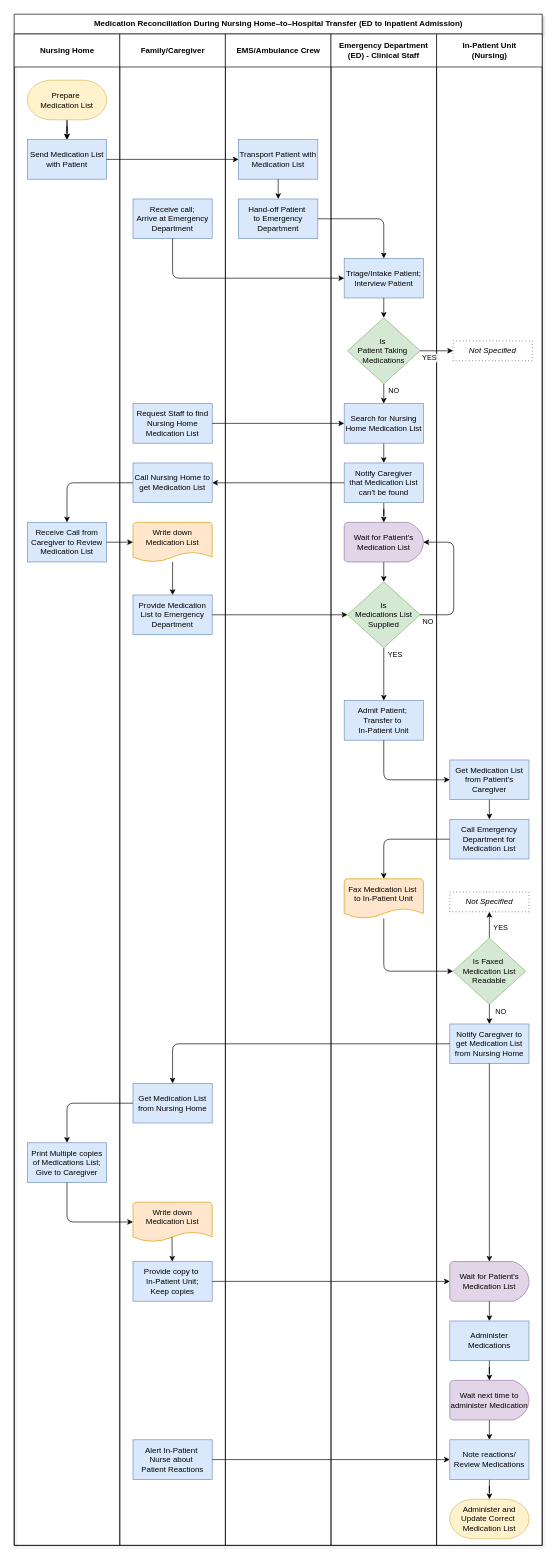
melmirasol/Case-Problem-6.2 keeps this draw.io diagram as Process Chart.drawio. Above is the earlier version. Source tidied: cells renumbered, new cells numbered last; positions are measured from the earlier drawing's top-left corner, leaving out a move shared by most shapes. Both pictures are drawn from the tidied source at 66%, with x=0, y=0 at pixel (14, 14).
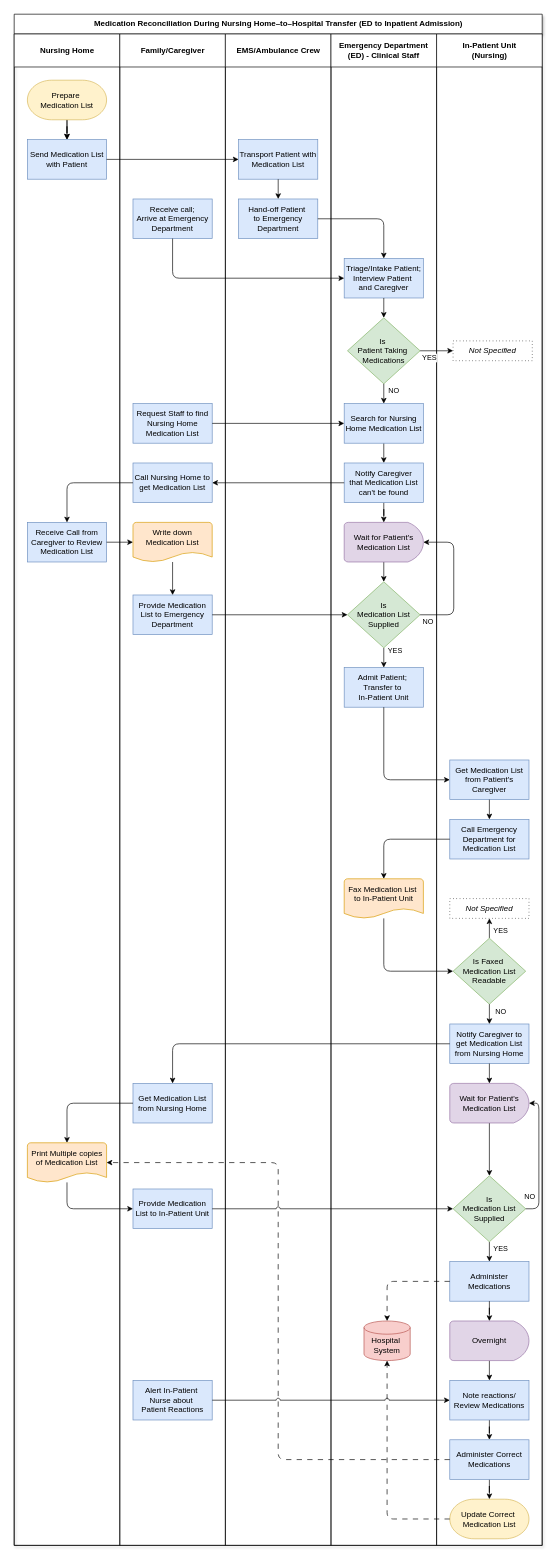
The same diagram, later.

Unchanged cells that the change refers to:
```xml
<mxCell id="2" value="Medication Reconciliation During Nursing Home–to–Hospital Transfer (ED to Inpatient Admission)" style="swimlane;startSize=30;html=1;shadow=1;" parent="1" vertex="1">
  <mxGeometry width="800" height="2320" as="geometry" />
</mxCell>
<mxCell id="3" value="Nursing Home" style="swimlane;startSize=50;html=1;" parent="2" vertex="1">
  <mxGeometry y="30" width="160" height="2290" as="geometry" />
</mxCell>
<mxCell id="10" value="Family/Caregiver" style="swimlane;startSize=50;html=1;" parent="2" vertex="1">
  <mxGeometry x="160" y="30" width="160" height="2290" as="geometry" />
</mxCell>
<mxCell id="15" value="Get Medication List from Nursing Home" style="rounded=0;whiteSpace=wrap;html=1;fillColor=#dae8fc;strokeColor=#6c8ebf;" parent="10" vertex="1">
  <mxGeometry x="20" y="1590" width="120" height="60" as="geometry" />
</mxCell>
<mxCell id="26" value="Emergency Department (ED) -&amp;nbsp;&lt;span style=&quot;background-color: transparent; color: light-dark(rgb(0, 0, 0), rgb(255, 255, 255));&quot;&gt;Clinical&amp;nbsp;Staff&lt;/span&gt;" style="swimlane;startSize=50;html=1;whiteSpace=wrap;" parent="2" vertex="1">
  <mxGeometry x="480" y="30" width="160" height="2290" as="geometry" />
</mxCell>
<mxCell id="39" style="edgeStyle=orthogonalEdgeStyle;rounded=0;jettySize=auto;html=1;exitX=0.5;exitY=1;exitDx=0;exitDy=0;entryX=0.5;entryY=0;entryDx=0;entryDy=0;" parent="26" edge="1" source="41" target="33">
  <mxGeometry relative="1" as="geometry" />
</mxCell>
<mxCell id="44" value="In-Patient Unit&lt;div&gt;(Nursing)&lt;/div&gt;" style="swimlane;startSize=50;html=1;" parent="2" vertex="1">
  <mxGeometry x="640" y="30" width="160" height="2290" as="geometry" />
</mxCell>
```

What changed in the source:
```diff
@@
-    <mxCell id="7" value="Print Multiple copies of Medications List; Give to Caregiver" style="rounded=0;whiteSpace=wrap;html=1;fillColor=#dae8fc;strokeColor=#6c8ebf;" parent="3" vertex="1">
-      <mxGeometry x="20" y="1680" width="120" height="60" as="geometry" />
-    </mxCell>
@@
+    <mxCell id="17" value="&lt;div&gt;Print Multiple copies of Medication List&lt;/div&gt;&lt;div&gt;&lt;br&gt;&lt;/div&gt;" style="strokeWidth=1;html=1;shape=mxgraph.flowchart.document2;whiteSpace=wrap;size=0.25;fillColor=#ffe6cc;strokeColor=#d79b00;" parent="3" vertex="1">
+      <mxGeometry x="20" y="1680" width="120" height="60" as="geometry" />
+    </mxCell>
@@
-    <mxCell id="17" value="Write down Medication List&lt;div&gt;&lt;br&gt;&lt;/div&gt;" style="strokeWidth=1;html=1;shape=mxgraph.flowchart.document2;whiteSpace=wrap;size=0.25;fillColor=#ffe6cc;strokeColor=#d79b00;" parent="10" vertex="1">
-      <mxGeometry x="20" y="1770" width="120" height="60" as="geometry" />
-    </mxCell>
-    <mxCell id="18" value="Provide copy to&amp;nbsp;&lt;div&gt;In-Patient Unit;&lt;/div&gt;&lt;div&gt;Keep copies&lt;/div&gt;" style="rounded=0;whiteSpace=wrap;html=1;fillColor=#dae8fc;strokeColor=#6c8ebf;" parent="10" vertex="1">
-      <mxGeometry x="20" y="1860" width="120" height="60" as="geometry" />
+    <mxCell id="18" value="Provide Medication List to&amp;nbsp;&lt;span style=&quot;background-color: transparent; color: light-dark(rgb(0, 0, 0), rgb(255, 255, 255));&quot;&gt;In-Patient Unit&lt;/span&gt;" style="rounded=0;whiteSpace=wrap;html=1;fillColor=#dae8fc;strokeColor=#6c8ebf;" parent="10" vertex="1">
+      <mxGeometry x="20" y="1750" width="120" height="60" as="geometry" />
     </mxCell>
-    <mxCell id="19" style="endArrow=classic;html=1;rounded=0;exitX=0.492;exitY=0.883;exitDx=0;exitDy=0;exitPerimeter=0;" parent="10" edge="1" source="17" target="18">
-      <mxGeometry relative="1" as="geometry" />
-    </mxCell>
@@
     <mxCell id="21" value="Alert In-Patient&amp;nbsp;&lt;div&gt;Nurse about&amp;nbsp;&lt;/div&gt;&lt;div&gt;Patient Reactions&lt;/div&gt;" style="whiteSpace=wrap;html=1;fillColor=#dae8fc;strokeColor=#6c8ebf;rounded=0;" parent="10" vertex="1">
-      <mxGeometry x="20" y="2130" width="120" height="60" as="geometry" />
+      <mxGeometry x="20" y="2040" width="120" height="60" as="geometry" />
     </mxCell>
@@
-    <mxCell id="27" value="Triage/Intake Patient; Interview Patient" style="rounded=0;whiteSpace=wrap;html=1;fillColor=#dae8fc;strokeColor=#6c8ebf;" parent="26" vertex="1">
+    <mxCell id="27" value="Triage/Intake Patient; Interview Patient&amp;nbsp;&lt;div&gt;and Caregiver&lt;/div&gt;" style="rounded=0;whiteSpace=wrap;html=1;fillColor=#dae8fc;strokeColor=#6c8ebf;" parent="26" vertex="1">
       <mxGeometry x="20" y="340" width="120" height="60" as="geometry" />
     </mxCell>
@@
     <mxCell id="33" value="&lt;span style=&quot;background-color: transparent; color: light-dark(rgb(0, 0, 0), rgb(255, 255, 255));&quot;&gt;Admit Patient;&amp;nbsp;&lt;/span&gt;&lt;div&gt;&lt;span style=&quot;background-color: transparent; color: light-dark(rgb(0, 0, 0), rgb(255, 255, 255));&quot;&gt;Transfer to&amp;nbsp;&lt;/span&gt;&lt;/div&gt;&lt;div&gt;&lt;span style=&quot;background-color: transparent; color: light-dark(rgb(0, 0, 0), rgb(255, 255, 255));&quot;&gt;In-Patient Unit&lt;/span&gt;&lt;/div&gt;" style="rounded=0;whiteSpace=wrap;html=1;fillColor=#dae8fc;strokeColor=#6c8ebf;" parent="26" vertex="1">
-      <mxGeometry x="20" y="1010" width="120" height="60" as="geometry" />
+      <mxGeometry x="20" y="960" width="120" height="60" as="geometry" />
     </mxCell>
@@
     <mxCell id="40" value="YES" style="edgeLabel;html=1;align=center;verticalAlign=middle;" parent="39" vertex="1">
       <mxGeometry x="-0.5" relative="1" as="geometry">
-        <mxPoint x="16" y="-10" as="offset" />
+        <mxPoint x="16" y="-5" as="offset" />
       </mxGeometry>
     </mxCell>
-    <mxCell id="41" value="Is&lt;div&gt;Medications&amp;nbsp;&lt;span style=&quot;background-color: transparent; color: light-dark(rgb(0, 0, 0), rgb(255, 255, 255));&quot;&gt;List Supplied&lt;/span&gt;&lt;/div&gt;" style="rhombus;whiteSpace=wrap;html=1;fillColor=#d5e8d4;strokeColor=#82b366;" parent="26" vertex="1">
+    <mxCell id="41" value="Is&lt;div&gt;Medication&amp;nbsp;&lt;span style=&quot;background-color: transparent; color: light-dark(rgb(0, 0, 0), rgb(255, 255, 255));&quot;&gt;List Supplied&lt;/span&gt;&lt;/div&gt;" style="rhombus;whiteSpace=wrap;html=1;fillColor=#d5e8d4;strokeColor=#82b366;" parent="26" vertex="1">
       <mxGeometry x="25" y="830" width="110" height="100" as="geometry" />
     </mxCell>
@@
+    <mxCell id="84" value="&lt;div&gt;&lt;br&gt;&lt;/div&gt;Hospital&amp;nbsp;&lt;div&gt;System&lt;/div&gt;" style="strokeWidth=1;html=1;shape=mxgraph.flowchart.database;whiteSpace=wrap;fillColor=#f8cecc;strokeColor=#b85450;" parent="26" vertex="1">
+      <mxGeometry x="50" y="1950" width="70" height="60" as="geometry" />
+    </mxCell>
@@
+    <mxCell id="85" style="edgeStyle=orthogonalEdgeStyle;rounded=0;jettySize=auto;html=1;exitX=0.5;exitY=1;exitDx=0;exitDy=0;exitPerimeter=0;entryX=0.5;entryY=0;entryDx=0;entryDy=0;" parent="44" edge="1" source="54" target="89">
+      <mxGeometry relative="1" as="geometry" />
+    </mxCell>
     <mxCell id="54" value="Wait for Patient's Medication List" style="strokeWidth=1;html=1;shape=mxgraph.flowchart.delay;whiteSpace=wrap;fillColor=#e1d5e7;strokeColor=#9673a6;" parent="44" vertex="1">
-      <mxGeometry x="20" y="1860" width="120" height="60" as="geometry" />
+      <mxGeometry x="20" y="1590" width="120" height="60" as="geometry" />
     </mxCell>
@@
-    <mxCell id="56" style="endArrow=classic;html=1;rounded=0;entryX=0.5;entryY=0;entryDx=0;entryDy=0;exitX=0.5;exitY=1;exitDx=0;exitDy=0;exitPerimeter=0;" parent="44" edge="1" source="54" target="57">
-      <mxGeometry relative="1" as="geometry" />
-    </mxCell>
     <mxCell id="57" value="Administer Medications" style="whiteSpace=wrap;html=1;fillColor=#dae8fc;strokeColor=#6c8ebf;rounded=0;" parent="44" vertex="1">
-      <mxGeometry x="20" y="1950" width="120" height="60" as="geometry" />
+      <mxGeometry x="20" y="1860" width="120" height="60" as="geometry" />
     </mxCell>
@@
-    <mxCell id="59" value="Wait next time&amp;nbsp;&lt;span style=&quot;background-color: transparent; color: light-dark(rgb(0, 0, 0), rgb(255, 255, 255));&quot;&gt;to administer Medication&lt;/span&gt;" style="strokeWidth=1;html=1;shape=mxgraph.flowchart.delay;whiteSpace=wrap;fillColor=#e1d5e7;strokeColor=#9673a6;" parent="44" vertex="1">
-      <mxGeometry x="20" y="2040" width="120" height="60" as="geometry" />
+    <mxCell id="59" value="Overnight" style="strokeWidth=1;html=1;shape=mxgraph.flowchart.delay;whiteSpace=wrap;fillColor=#e1d5e7;strokeColor=#9673a6;" parent="44" vertex="1">
+      <mxGeometry x="20" y="1950" width="120" height="60" as="geometry" />
     </mxCell>
@@
-    <mxCell id="61" value="Administer and Update Correct&amp;nbsp;&lt;div&gt;Medication List&lt;/div&gt;" style="strokeWidth=1;html=1;shape=mxgraph.flowchart.terminator;whiteSpace=wrap;fillColor=#fff2cc;strokeColor=#d6b656;" parent="44" vertex="1">
-      <mxGeometry x="20" y="2220" width="120" height="60" as="geometry" />
-    </mxCell>
-    <mxCell id="62" style="edgeStyle=orthogonalEdgeStyle;rounded=0;jettySize=auto;html=1;exitX=0.5;exitY=1;exitDx=0;exitDy=0;" parent="44" edge="1" source="63" target="61">
-      <mxGeometry relative="1" as="geometry" />
-    </mxCell>
+    <mxCell id="86" style="edgeStyle=orthogonalEdgeStyle;rounded=0;jettySize=auto;html=1;exitX=0.5;exitY=1;exitDx=0;exitDy=0;" parent="44" edge="1" source="63" target="94">
+      <mxGeometry relative="1" as="geometry" />
+    </mxCell>
     <mxCell id="63" value="Note reactions/ Review Medications" style="whiteSpace=wrap;html=1;fillColor=#dae8fc;strokeColor=#6c8ebf;rounded=0;" parent="44" vertex="1">
-      <mxGeometry x="20" y="2130" width="120" height="60" as="geometry" />
+      <mxGeometry x="20" y="2040" width="120" height="60" as="geometry" />
     </mxCell>
     <mxCell id="64" value="&lt;i&gt;Not Specified&lt;/i&gt;" style="rounded=0;whiteSpace=wrap;html=1;glass=0;strokeColor=default;dashed=1;dashPattern=1 4;" parent="44" vertex="1">
-      <mxGeometry x="20" y="1300" width="120" height="30" as="geometry" />
+      <mxGeometry x="20" y="1310" width="120" height="30" as="geometry" />
     </mxCell>
@@
+    <mxCell id="87" style="edgeStyle=orthogonalEdgeStyle;rounded=0;jettySize=auto;html=1;exitX=0.5;exitY=1;exitDx=0;exitDy=0;entryX=0.5;entryY=0;entryDx=0;entryDy=0;" parent="44" edge="1" source="89" target="57">
+      <mxGeometry relative="1" as="geometry" />
+    </mxCell>
+    <mxCell id="88" value="YES" style="edgeLabel;html=1;align=center;verticalAlign=middle;" parent="87" vertex="1">
+      <mxGeometry x="-0.67" y="-1" relative="1" as="geometry">
+        <mxPoint x="17" y="5" as="offset" />
+      </mxGeometry>
+    </mxCell>
+    <mxCell id="89" value="Is&lt;div&gt;Medication&amp;nbsp;&lt;span style=&quot;background-color: transparent; color: light-dark(rgb(0, 0, 0), rgb(255, 255, 255));&quot;&gt;List Supplied&lt;/span&gt;&lt;/div&gt;" style="rhombus;whiteSpace=wrap;html=1;fillColor=#d5e8d4;strokeColor=#82b366;" parent="44" vertex="1">
+      <mxGeometry x="25" y="1730" width="110" height="100" as="geometry" />
+    </mxCell>
+    <mxCell id="90" style="edgeStyle=orthogonalEdgeStyle;rounded=1;jettySize=auto;html=1;exitX=1;exitY=0.5;exitDx=0;exitDy=0;entryX=1;entryY=0.5;entryDx=0;entryDy=0;entryPerimeter=0;curved=0;" parent="44" edge="1" source="89" target="54">
+      <mxGeometry relative="1" as="geometry" />
+    </mxCell>
+    <mxCell id="91" value="NO" style="edgeLabel;html=1;align=center;verticalAlign=middle;" parent="90" vertex="1">
+      <mxGeometry x="-0.76" y="2" relative="1" as="geometry">
+        <mxPoint x="-13" y="-17" as="offset" />
+      </mxGeometry>
+    </mxCell>
+    <mxCell id="92" value="Update Correct&amp;nbsp;&lt;div&gt;Medication List&lt;/div&gt;" style="strokeWidth=1;html=1;shape=mxgraph.flowchart.terminator;whiteSpace=wrap;fillColor=#fff2cc;strokeColor=#d6b656;" parent="44" vertex="1">
+      <mxGeometry x="20" y="2220" width="120" height="60" as="geometry" />
+    </mxCell>
+    <mxCell id="93" style="edgeStyle=orthogonalEdgeStyle;rounded=0;jettySize=auto;html=1;exitX=0.5;exitY=1;exitDx=0;exitDy=0;" parent="44" edge="1" source="94" target="92">
+      <mxGeometry relative="1" as="geometry" />
+    </mxCell>
+    <mxCell id="94" value="Administer Correct Medications" style="whiteSpace=wrap;html=1;fillColor=#dae8fc;strokeColor=#6c8ebf;rounded=0;" parent="44" vertex="1">
+      <mxGeometry x="20" y="2130" width="120" height="60" as="geometry" />
+    </mxCell>
@@
-    <mxCell id="75" style="endArrow=classic;html=1;rounded=1;exitX=0;exitY=0.5;exitDx=0;exitDy=0;entryX=0.5;entryY=0;entryDx=0;entryDy=0;curved=0;" parent="2" edge="1" source="15" target="7">
+    <mxCell id="75" style="endArrow=classic;html=1;rounded=1;exitX=0;exitY=0.5;exitDx=0;exitDy=0;curved=0;" parent="2" edge="1" source="15" target="17">
       <mxGeometry relative="1" as="geometry">
         <Array as="points">
           <mxPoint x="80" y="1650" />
         </Array>
       </mxGeometry>
     </mxCell>
-    <mxCell id="76" style="endArrow=classic;html=1;rounded=1;exitX=0.5;exitY=1;exitDx=0;exitDy=0;entryX=0;entryY=0.5;entryDx=0;entryDy=0;curved=0;entryPerimeter=0;" parent="2" edge="1" source="7" target="17">
-      <mxGeometry relative="1" as="geometry">
-        <Array as="points">
-          <mxPoint x="80" y="1830" />
-        </Array>
-      </mxGeometry>
-    </mxCell>
-    <mxCell id="77" style="endArrow=classic;html=1;rounded=0;entryX=0;entryY=0.5;entryDx=0;entryDy=0;entryPerimeter=0;exitX=1;exitY=0.5;exitDx=0;exitDy=0;" parent="2" edge="1" source="18" target="54">
-      <mxGeometry relative="1" as="geometry" />
-    </mxCell>
-    <mxCell id="78" style="edgeStyle=orthogonalEdgeStyle;rounded=0;jettySize=auto;html=1;exitX=1;exitY=0.5;exitDx=0;exitDy=0;entryX=0;entryY=0.5;entryDx=0;entryDy=0;" parent="2" edge="1" source="21" target="63">
-      <mxGeometry relative="1" as="geometry" />
-    </mxCell>
@@
+    <mxCell id="95" style="edgeStyle=orthogonalEdgeStyle;rounded=1;jettySize=auto;html=1;exitX=0;exitY=0.5;exitDx=0;exitDy=0;entryX=0.5;entryY=0;entryDx=0;entryDy=0;entryPerimeter=0;curved=0;dashed=1;dashPattern=8 8;" parent="2" edge="1" source="57" target="84">
+      <mxGeometry relative="1" as="geometry" />
+    </mxCell>
+    <mxCell id="96" style="edgeStyle=orthogonalEdgeStyle;rounded=1;jettySize=auto;html=1;exitX=0;exitY=0.5;exitDx=0;exitDy=0;exitPerimeter=0;curved=0;dashed=1;dashPattern=8 8;" parent="2" edge="1" source="92" target="84">
+      <mxGeometry relative="1" as="geometry" />
+    </mxCell>
+    <mxCell id="19" style="edgeStyle=orthogonalEdgeStyle;rounded=1;jettySize=auto;html=1;entryX=0;entryY=0.5;entryDx=0;entryDy=0;curved=0;" parent="2" edge="1" source="17" target="18">
+      <mxGeometry relative="1" as="geometry">
+        <Array as="points">
+          <mxPoint x="80" y="1810" />
+        </Array>
+      </mxGeometry>
+    </mxCell>
+    <mxCell id="97" style="edgeStyle=orthogonalEdgeStyle;rounded=1;jettySize=auto;html=1;exitX=0;exitY=0.5;exitDx=0;exitDy=0;entryX=1;entryY=0.5;entryDx=0;entryDy=0;entryPerimeter=0;curved=0;dashed=1;dashPattern=8 8;jumpStyle=none;" parent="2" edge="1" source="94" target="17">
+      <mxGeometry relative="1" as="geometry" />
+    </mxCell>
+    <mxCell id="98" style="edgeStyle=orthogonalEdgeStyle;rounded=1;jettySize=auto;html=1;exitX=1;exitY=0.5;exitDx=0;exitDy=0;entryX=0;entryY=0.5;entryDx=0;entryDy=0;curved=0;jumpStyle=arc;" parent="2" edge="1" source="18" target="89">
+      <mxGeometry relative="1" as="geometry" />
+    </mxCell>
+    <mxCell id="78" style="edgeStyle=orthogonalEdgeStyle;rounded=1;jettySize=auto;html=1;exitX=1;exitY=0.5;exitDx=0;exitDy=0;entryX=0;entryY=0.5;entryDx=0;entryDy=0;curved=0;jumpStyle=arc;" parent="2" edge="1" source="21" target="63">
+      <mxGeometry relative="1" as="geometry" />
+    </mxCell>
```
